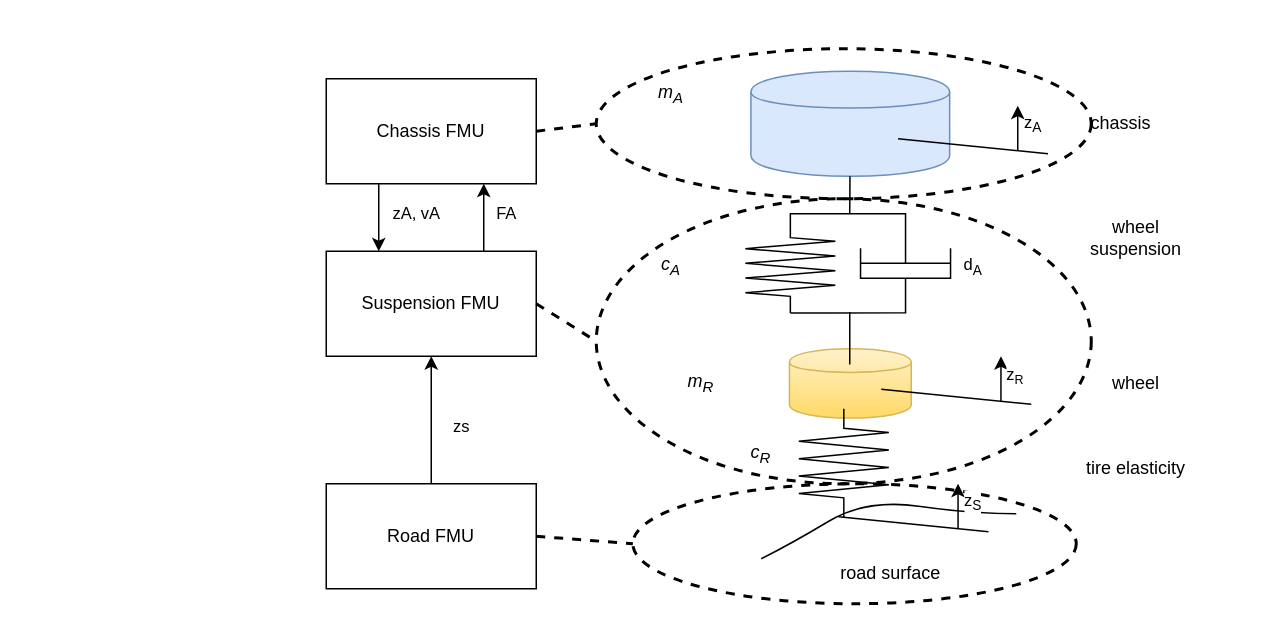
Above: page "Page-1" (1 of 6) of images/quarter_car.drawio in SimplisticCode/An-FMI-Based-initialization-plugin-for-INTO-CPS-Maestro-2---Long (draw.io), before the change. Source tidied: cells renumbered, new cells numbered last; positions are measured from the earlier drawing's top-left corner, leaving out a move shared by most shapes. Both pictures are drawn from the tidied source at 150%, with x=0, y=0 at pixel (326, 48).
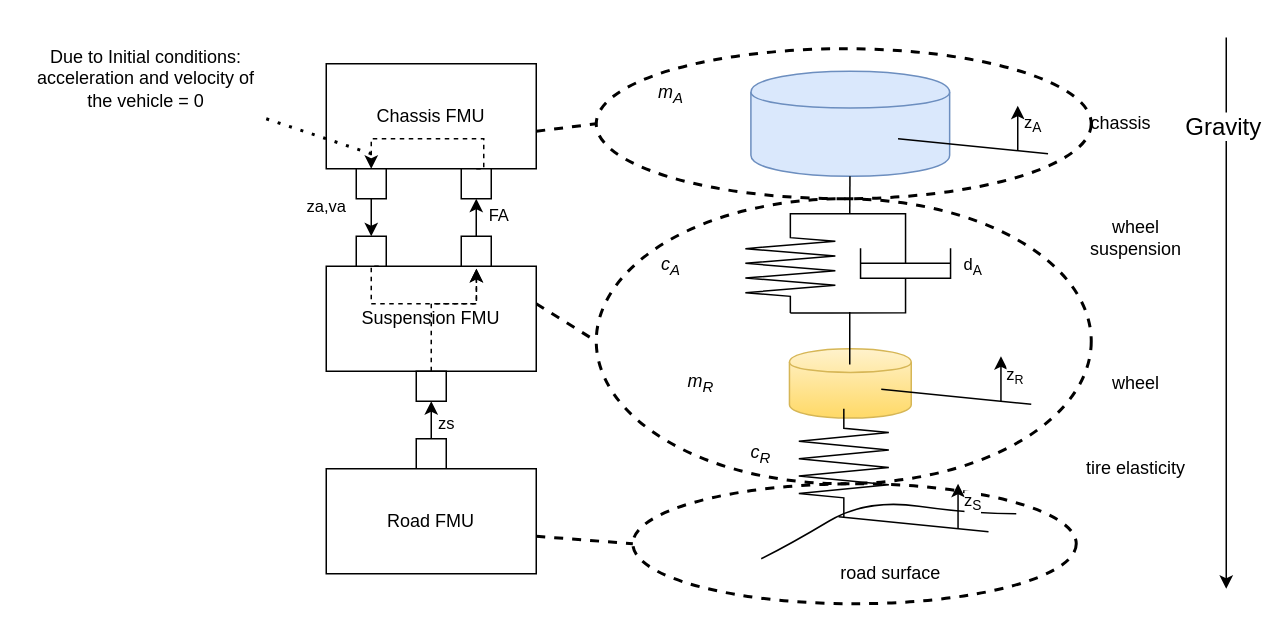
Above is the later version.

The change refers to these unchanged cells:
```xml
<mxCell id="2" style="ellipse;whiteSpace=wrap;html=1;fillColor=none;dashed=1;strokeWidth=2;" parent="1" vertex="1">
  <mxGeometry x="180" y="100" width="330" height="190" as="geometry" />
</mxCell>
<mxCell id="3" style="ellipse;whiteSpace=wrap;html=1;fillColor=none;dashed=1;strokeWidth=2;" parent="1" vertex="1">
  <mxGeometry x="204.4" y="290" width="295.6" height="80" as="geometry" />
</mxCell>
<mxCell id="12" value="&lt;div style=&quot;text-align: justify&quot;&gt;&lt;/div&gt;" style="ellipse;whiteSpace=wrap;html=1;fillColor=none;dashed=1;strokeWidth=2;" parent="1" vertex="1">
  <mxGeometry x="180" width="330" height="100" as="geometry" />
</mxCell>
```

Change to the diagram source:
```diff
@@
-    <mxCell id="4" value="zs" style="edgeStyle=orthogonalEdgeStyle;rounded=0;jettySize=auto;html=1;entryX=0.5;entryY=1;entryDx=0;entryDy=0;" parent="1" edge="1" source="5" target="7">
-      <mxGeometry x="-0.11" y="-20" relative="1" as="geometry" />
-    </mxCell>
-    <mxCell id="5" value="Road FMU" style="rounded=0;whiteSpace=wrap;html=1;" parent="1" vertex="1">
-      <mxGeometry y="290" width="140" height="70" as="geometry" />
-    </mxCell>
-    <mxCell id="6" value="FA" style="edgeStyle=orthogonalEdgeStyle;rounded=0;jettySize=auto;html=1;exitX=0.75;exitY=0;exitDx=0;exitDy=0;entryX=0.75;entryY=1;entryDx=0;entryDy=0;" parent="1" edge="1" source="7" target="9">
-      <mxGeometry x="0.11" y="-15" relative="1" as="geometry" />
-    </mxCell>
-    <mxCell id="7" value="Suspension FMU" style="rounded=0;whiteSpace=wrap;html=1;" parent="1" vertex="1">
-      <mxGeometry y="135" width="140" height="70" as="geometry" />
-    </mxCell>
-    <mxCell id="8" value="zA, vA" style="edgeStyle=orthogonalEdgeStyle;rounded=0;jettySize=auto;html=1;exitX=0.25;exitY=1;exitDx=0;exitDy=0;entryX=0.25;entryY=0;entryDx=0;entryDy=0;" parent="1" edge="1" source="9" target="7">
-      <mxGeometry x="-0.11" y="25" relative="1" as="geometry" />
-    </mxCell>
-    <mxCell id="9" value="Chassis FMU" style="rounded=0;whiteSpace=wrap;html=1;" parent="1" vertex="1">
-      <mxGeometry y="20" width="140" height="70" as="geometry" />
-    </mxCell>
-    <mxCell id="10" style="endArrow=none;html=1;exitX=1;exitY=0.5;exitDx=0;exitDy=0;entryX=0;entryY=0.5;entryDx=0;entryDy=0;strokeWidth=2;dashed=1;" parent="1" edge="1" source="5" target="3">
-      <mxGeometry relative="1" as="geometry" />
+    <mxCell id="10" style="endArrow=none;html=1;exitX=1;exitY=0.5;exitDx=0;exitDy=0;entryX=0;entryY=0.5;entryDx=0;entryDy=0;strokeWidth=2;dashed=1;" parent="1" edge="1" target="3">
+      <mxGeometry relative="1" as="geometry">
+        <mxPoint x="140" y="325" as="sourcePoint" />
+      </mxGeometry>
     </mxCell>
-    <mxCell id="11" style="endArrow=none;html=1;exitX=1;exitY=0.5;exitDx=0;exitDy=0;entryX=0;entryY=0.5;entryDx=0;entryDy=0;strokeWidth=2;dashed=1;" parent="1" edge="1" source="7" target="2">
-      <mxGeometry relative="1" as="geometry" />
+    <mxCell id="11" style="endArrow=none;html=1;exitX=1;exitY=0.5;exitDx=0;exitDy=0;entryX=0;entryY=0.5;entryDx=0;entryDy=0;strokeWidth=2;dashed=1;" parent="1" edge="1" target="2">
+      <mxGeometry relative="1" as="geometry">
+        <mxPoint x="140" y="170" as="sourcePoint" />
+      </mxGeometry>
     </mxCell>
@@
-    <mxCell id="13" style="endArrow=none;html=1;exitX=1;exitY=0.5;exitDx=0;exitDy=0;entryX=0;entryY=0.5;entryDx=0;entryDy=0;strokeWidth=2;dashed=1;" parent="1" edge="1" source="9" target="12">
-      <mxGeometry relative="1" as="geometry" />
+    <mxCell id="13" style="endArrow=none;html=1;exitX=1;exitY=0.5;exitDx=0;exitDy=0;entryX=0;entryY=0.5;entryDx=0;entryDy=0;strokeWidth=2;dashed=1;" parent="1" edge="1" target="12">
+      <mxGeometry relative="1" as="geometry">
+        <mxPoint x="140" y="55" as="sourcePoint" />
+      </mxGeometry>
     </mxCell>
@@
+    <mxCell id="44" style="rounded=0;whiteSpace=wrap;html=1;" parent="1" vertex="1">
+      <mxGeometry x="60" y="260" width="20" height="20" as="geometry" />
+    </mxCell>
+    <mxCell id="4" value="zs" style="edgeStyle=orthogonalEdgeStyle;rounded=0;jettySize=auto;html=1;entryX=0.5;entryY=1;entryDx=0;entryDy=0;" parent="1" edge="1" source="44" target="45">
+      <mxGeometry x="0.45" y="-10" relative="1" as="geometry" />
+    </mxCell>
+    <mxCell id="5" value="Road FMU" style="rounded=0;whiteSpace=wrap;html=1;" parent="1" vertex="1">
+      <mxGeometry y="280" width="140" height="70" as="geometry" />
+    </mxCell>
+    <mxCell id="6" value="FA" style="edgeStyle=orthogonalEdgeStyle;rounded=0;jettySize=auto;html=1;exitX=0.5;exitY=0;exitDx=0;exitDy=0;entryX=0.5;entryY=1;entryDx=0;entryDy=0;" parent="1" edge="1" source="46" target="47">
+      <mxGeometry x="0.11" y="-15" relative="1" as="geometry" />
+    </mxCell>
+    <mxCell id="7" value="Suspension FMU" style="rounded=0;whiteSpace=wrap;html=1;" parent="1" vertex="1">
+      <mxGeometry y="145" width="140" height="70" as="geometry" />
+    </mxCell>
+    <mxCell id="9" value="Chassis FMU" style="rounded=0;whiteSpace=wrap;html=1;" parent="1" vertex="1">
+      <mxGeometry y="10" width="140" height="70" as="geometry" />
+    </mxCell>
+    <mxCell id="45" style="rounded=0;whiteSpace=wrap;html=1;" parent="1" vertex="1">
+      <mxGeometry x="60" y="215" width="20" height="20" as="geometry" />
+    </mxCell>
+    <mxCell id="46" style="rounded=0;whiteSpace=wrap;html=1;" parent="1" vertex="1">
+      <mxGeometry x="90" y="125" width="20" height="20" as="geometry" />
+    </mxCell>
+    <mxCell id="47" style="rounded=0;whiteSpace=wrap;html=1;" parent="1" vertex="1">
+      <mxGeometry x="90" y="80" width="20" height="20" as="geometry" />
+    </mxCell>
+    <mxCell id="48" value="za,va" style="edgeStyle=orthogonalEdgeStyle;rounded=0;jettySize=auto;html=1;exitX=0.5;exitY=1;exitDx=0;exitDy=0;entryX=0.5;entryY=0;entryDx=0;entryDy=0;" parent="1" edge="1" source="50" target="49">
+      <mxGeometry x="-0.6" y="-30" relative="1" as="geometry" />
+    </mxCell>
+    <mxCell id="49" style="rounded=0;whiteSpace=wrap;html=1;" parent="1" vertex="1">
+      <mxGeometry x="20" y="125" width="20" height="20" as="geometry" />
+    </mxCell>
+    <mxCell id="50" style="rounded=0;whiteSpace=wrap;html=1;" parent="1" vertex="1">
+      <mxGeometry x="20" y="80" width="20" height="20" as="geometry" />
+    </mxCell>
+    <mxCell id="51" style="edgeStyle=orthogonalEdgeStyle;rounded=0;orthogonalLoop=1;jettySize=auto;html=1;exitX=0.5;exitY=1;exitDx=0;exitDy=0;entryX=0.715;entryY=0.024;entryDx=0;entryDy=0;entryPerimeter=0;dashed=1;" parent="1" edge="1" source="7" target="7">
+      <mxGeometry x="0.11" y="-15" relative="1" as="geometry">
+        <Array as="points">
+          <mxPoint x="70" y="170" />
+          <mxPoint x="100" y="170" />
+        </Array>
+      </mxGeometry>
+    </mxCell>
+    <mxCell id="52" style="edgeStyle=orthogonalEdgeStyle;rounded=0;jettySize=auto;html=1;dashed=1;exitX=0.5;exitY=0;exitDx=0;exitDy=0;" parent="1" edge="1" source="47">
+      <mxGeometry x="0.11" y="-15" relative="1" as="geometry">
+        <mxPoint x="30" y="80" as="targetPoint" />
+        <Array as="points">
+          <mxPoint x="105" y="80" />
+          <mxPoint x="105" y="60" />
+          <mxPoint x="30" y="60" />
+        </Array>
+      </mxGeometry>
+    </mxCell>
+    <mxCell id="53" style="edgeStyle=orthogonalEdgeStyle;rounded=0;jettySize=auto;html=1;exitX=0.25;exitY=0;exitDx=0;exitDy=0;entryX=0.715;entryY=0.024;entryDx=0;entryDy=0;entryPerimeter=0;dashed=1;" parent="1" edge="1" source="7">
+      <mxGeometry x="0.11" y="-15" relative="1" as="geometry">
+        <mxPoint x="100.1" y="146.7" as="targetPoint" />
+        <Array as="points">
+          <mxPoint x="30" y="145" />
+          <mxPoint x="30" y="170" />
+          <mxPoint x="100" y="170" />
+        </Array>
+      </mxGeometry>
+    </mxCell>
+    <mxCell id="54" style="endArrow=none;dashed=1;html=1;dashPattern=1 3;strokeWidth=2;" parent="1" edge="1" source="55">
+      <mxGeometry relative="1" as="geometry">
+        <mxPoint x="30" y="70" as="targetPoint" />
+      </mxGeometry>
+    </mxCell>
+    <mxCell id="55" value="Due to Initial conditions:&lt;br&gt;acceleration and velocity of the vehicle = 0" style="text;html=1;strokeColor=none;fillColor=none;align=center;verticalAlign=middle;whiteSpace=wrap;rounded=0;" parent="1" vertex="1">
+      <mxGeometry x="-200" y="-10" width="160" height="60" as="geometry" />
+    </mxCell>
+    <mxCell id="56" style="edgeStyle=orthogonalEdgeStyle;rounded=0;orthogonalLoop=1;jettySize=auto;html=1;exitX=0.5;exitY=1;exitDx=0;exitDy=0;" parent="1" edge="1">
+      <mxGeometry x="-0.6" y="-30" relative="1" as="geometry">
+        <mxPoint x="600" y="82.5" as="sourcePoint" />
+        <mxPoint x="600" y="360" as="targetPoint" />
+        <Array as="points">
+          <mxPoint x="600" y="-7.5" />
+          <mxPoint x="600" y="-7.5" />
+        </Array>
+      </mxGeometry>
+    </mxCell>
+    <mxCell id="57" value="&lt;font style=&quot;font-size: 16px&quot;&gt;Gravity&lt;/font&gt;" style="edgeLabel;html=1;align=center;verticalAlign=middle;" parent="56" vertex="1">
+      <mxGeometry x="-0.67" y="3" relative="1" as="geometry">
+        <mxPoint y="43.5" as="offset" />
+      </mxGeometry>
+    </mxCell>
```
